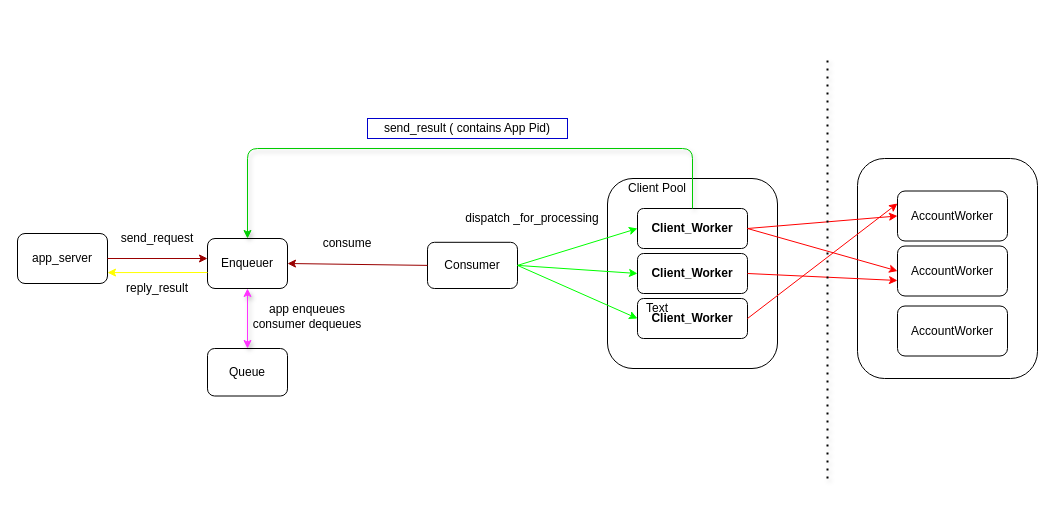
This is system.drawio from sanzor/Banking-Application, a draw.io file, before an edit. Source tidied: cells renumbered, new cells numbered last; positions are measured from the earlier drawing's top-left corner, leaving out a move shared by most shapes. Both pictures are drawn from the tidied source at 100%, with x=0, y=0 at pixel (17, 58).
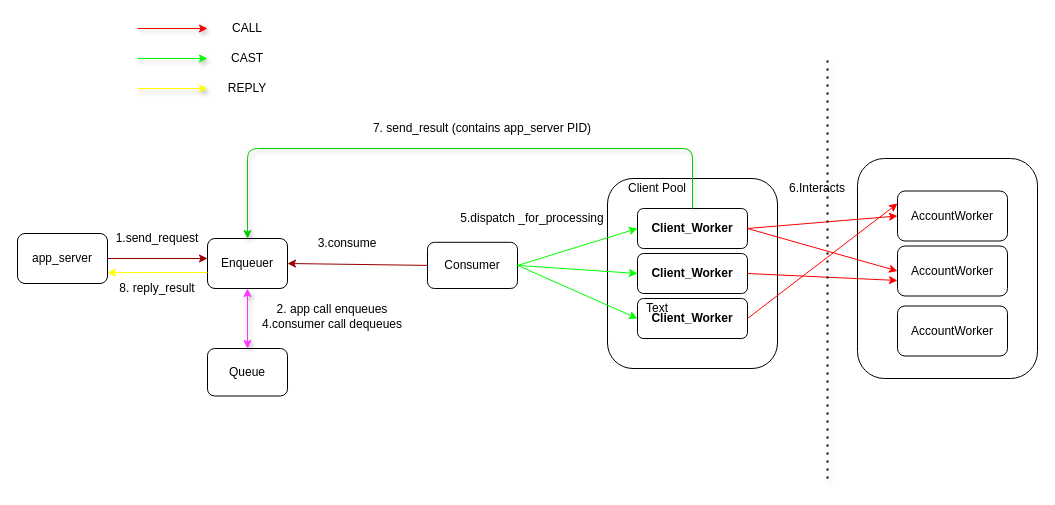
Above is the later version.

What changed in the source:
```diff
@@
-    <mxCell id="25" value="send_result ( contains App Pid)" style="text;html=1;strokeColor=#0000CC;fillColor=none;align=center;verticalAlign=middle;whiteSpace=wrap;rounded=0;" parent="1" vertex="1">
-      <mxGeometry x="350" y="60" width="200" height="20" as="geometry" />
-    </mxCell>
-    <mxCell id="26" value="consume" style="text;html=1;strokeColor=none;fillColor=none;align=center;verticalAlign=middle;whiteSpace=wrap;rounded=0;" parent="1" vertex="1">
+    <mxCell id="26" value="3.consume" style="text;html=1;strokeColor=none;fillColor=none;align=center;verticalAlign=middle;whiteSpace=wrap;rounded=0;" parent="1" vertex="1">
       <mxGeometry x="310" y="175" width="40" height="20" as="geometry" />
     </mxCell>
-    <mxCell id="27" value="send_request" style="text;html=1;strokeColor=none;fillColor=none;align=center;verticalAlign=middle;whiteSpace=wrap;rounded=0;" parent="1" vertex="1">
+    <mxCell id="27" value="1.send_request" style="text;html=1;strokeColor=none;fillColor=none;align=center;verticalAlign=middle;whiteSpace=wrap;rounded=0;" parent="1" vertex="1">
       <mxGeometry x="120" y="170" width="40" height="20" as="geometry" />
     </mxCell>
-    <mxCell id="28" value="reply_result" style="text;html=1;strokeColor=none;fillColor=none;align=center;verticalAlign=middle;whiteSpace=wrap;rounded=0;" parent="1" vertex="1">
-      <mxGeometry x="120" y="220" width="40" height="20" as="geometry" />
+    <mxCell id="28" value="8. reply_result" style="text;html=1;strokeColor=none;fillColor=none;align=center;verticalAlign=middle;whiteSpace=wrap;rounded=0;" parent="1" vertex="1">
+      <mxGeometry x="90" y="220" width="100" height="20" as="geometry" />
     </mxCell>
@@
-    <mxCell id="32" value="dispatch _for_processing" style="text;html=1;strokeColor=none;fillColor=none;align=center;verticalAlign=middle;whiteSpace=wrap;rounded=0;" parent="1" vertex="1">
+    <mxCell id="32" value="5.dispatch _for_processing" style="text;html=1;strokeColor=none;fillColor=none;align=center;verticalAlign=middle;whiteSpace=wrap;rounded=0;" parent="1" vertex="1">
       <mxGeometry x="440" y="150" width="150" height="20" as="geometry" />
     </mxCell>
@@
-    <mxCell id="34" value="app enqueues&lt;br&gt;consumer dequeues" style="text;html=1;strokeColor=none;fillColor=none;align=center;verticalAlign=middle;whiteSpace=wrap;rounded=0;" parent="1" vertex="1">
-      <mxGeometry x="230" y="247.5" width="120" height="20" as="geometry" />
+    <mxCell id="34" value="2. app call enqueues&lt;br&gt;4.consumer call dequeues" style="text;html=1;strokeColor=none;fillColor=none;align=center;verticalAlign=middle;whiteSpace=wrap;rounded=0;" parent="1" vertex="1">
+      <mxGeometry x="230" y="247.5" width="170" height="20" as="geometry" />
     </mxCell>
+    <mxCell id="35" style="endArrow=classic;html=1;shadow=1;strokeColor=#FF0000;fillColor=#FF0000;" parent="1" edge="1">
+      <mxGeometry relative="1" as="geometry">
+        <mxPoint x="120" y="-30" as="sourcePoint" />
+        <mxPoint x="190" y="-30" as="targetPoint" />
+      </mxGeometry>
+    </mxCell>
+    <mxCell id="36" value="CALL" style="text;html=1;strokeColor=none;fillColor=none;align=center;verticalAlign=middle;whiteSpace=wrap;rounded=0;" parent="1" vertex="1">
+      <mxGeometry x="210" y="-40" width="40" height="20" as="geometry" />
+    </mxCell>
+    <mxCell id="37" style="endArrow=classic;html=1;shadow=1;strokeColor=#00FF00;fillColor=#FF0000;" parent="1" edge="1">
+      <mxGeometry relative="1" as="geometry">
+        <mxPoint x="120" as="sourcePoint" />
+        <mxPoint x="190" as="targetPoint" />
+      </mxGeometry>
+    </mxCell>
+    <mxCell id="38" value="CAST" style="text;html=1;strokeColor=none;fillColor=none;align=center;verticalAlign=middle;whiteSpace=wrap;rounded=0;" parent="1" vertex="1">
+      <mxGeometry x="210" y="-10" width="40" height="20" as="geometry" />
+    </mxCell>
+    <mxCell id="39" style="endArrow=classic;html=1;shadow=1;strokeColor=#FFFF00;fillColor=#FF0000;" parent="1" edge="1">
+      <mxGeometry relative="1" as="geometry">
+        <mxPoint x="120" y="30" as="sourcePoint" />
+        <mxPoint x="190" y="30" as="targetPoint" />
+      </mxGeometry>
+    </mxCell>
+    <mxCell id="40" value="REPLY" style="text;html=1;strokeColor=none;fillColor=none;align=center;verticalAlign=middle;whiteSpace=wrap;rounded=0;" parent="1" vertex="1">
+      <mxGeometry x="210" y="20" width="40" height="20" as="geometry" />
+    </mxCell>
+    <mxCell id="41" value="7. send_result (contains app_server PID)" style="text;html=1;strokeColor=none;fillColor=none;align=center;verticalAlign=middle;whiteSpace=wrap;rounded=0;shadow=1;" parent="1" vertex="1">
+      <mxGeometry x="350" y="60" width="230" height="20" as="geometry" />
+    </mxCell>
+    <mxCell id="42" value="6.Interacts" style="text;html=1;strokeColor=none;fillColor=none;align=center;verticalAlign=middle;whiteSpace=wrap;rounded=0;shadow=1;" parent="1" vertex="1">
+      <mxGeometry x="780" y="120" width="40" height="20" as="geometry" />
+    </mxCell>
```
